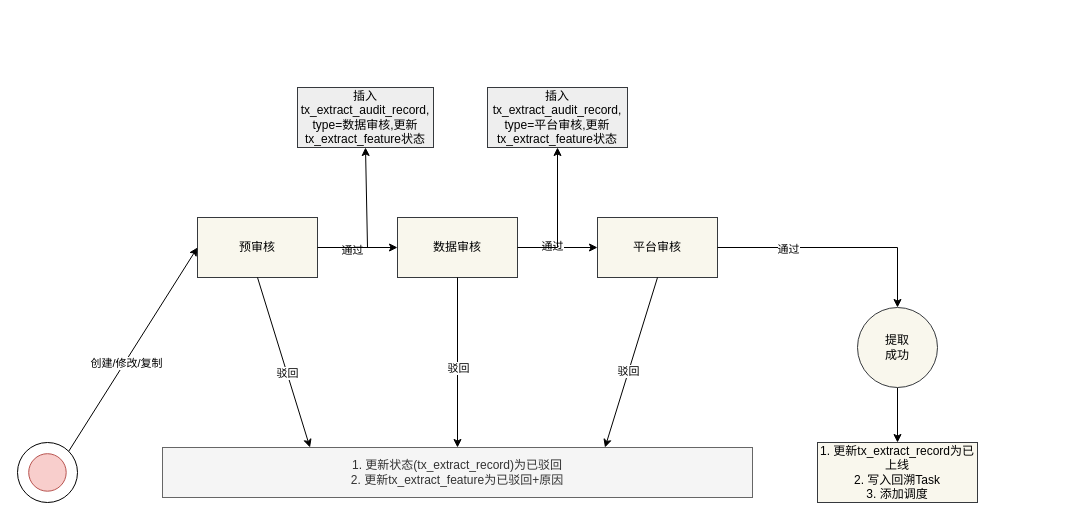
learn2Pro/draw_io_save keeps this draw.io diagram as audit_flow.drawio. Above is the earlier version. Source tidied: cells renumbered, new cells numbered last; positions are measured from the earlier drawing's top-left corner, leaving out a move shared by most shapes. Both pictures are drawn from the tidied source at 100%, with x=0, y=0 at pixel (17, 87).
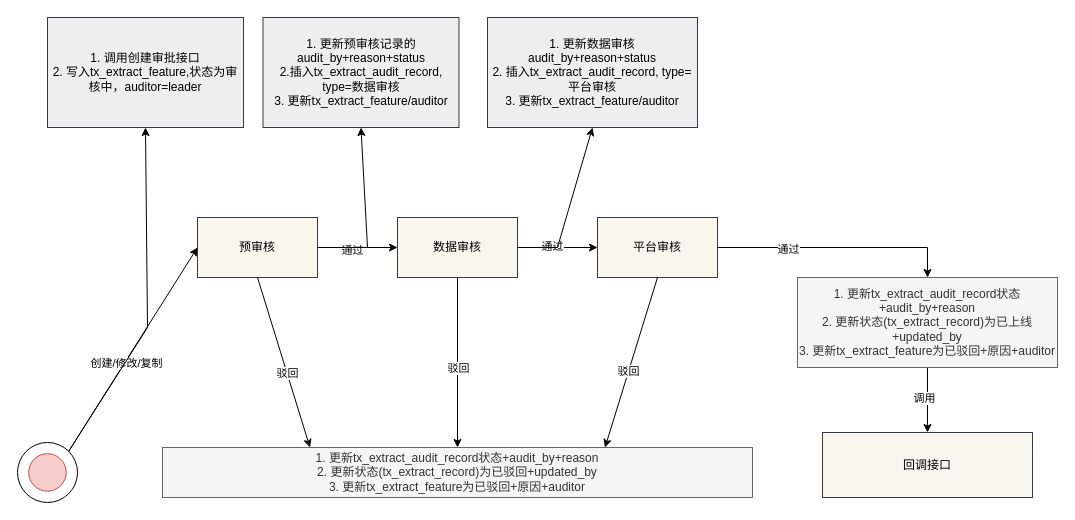
After the change.

Unchanged cells that the change refers to:
```xml
<mxCell id="3" style="ellipse;whiteSpace=wrap;html=1;" parent="2" vertex="1">
  <mxGeometry width="60" height="60" as="geometry" />
</mxCell>
<mxCell id="13" value="平台审核" style="rounded=0;whiteSpace=wrap;html=1;fillColor=#f9f7ed;strokeColor=#36393d;" parent="1" vertex="1">
  <mxGeometry x="580" y="130" width="120" height="60" as="geometry" />
</mxCell>
```

Diff of the diagram source:
```diff
@@
-    <mxCell id="14" style="edgeStyle=orthogonalEdgeStyle;rounded=0;jettySize=auto;html=1;" parent="1" edge="1" source="15" target="29">
-      <mxGeometry relative="1" as="geometry" />
-    </mxCell>
-    <mxCell id="15" value="提取&lt;br&gt;成功" style="ellipse;whiteSpace=wrap;html=1;fillColor=#f9f7ed;strokeColor=#36393d;" parent="1" vertex="1">
-      <mxGeometry x="840" y="220" width="80" height="80" as="geometry" />
-    </mxCell>
-    <mxCell id="16" style="edgeStyle=orthogonalEdgeStyle;rounded=0;jettySize=auto;html=1;entryX=0.5;entryY=0;entryDx=0;entryDy=0;exitX=1;exitY=0.5;exitDx=0;exitDy=0;" parent="1" edge="1" source="13" target="15">
+    <mxCell id="16" style="edgeStyle=orthogonalEdgeStyle;rounded=0;jettySize=auto;html=1;entryX=0.5;entryY=0;entryDx=0;entryDy=0;exitX=1;exitY=0.5;exitDx=0;exitDy=0;" parent="1" edge="1" source="13" target="34">
       <mxGeometry relative="1" as="geometry" />
     </mxCell>
@@
-    <mxCell id="20" value="1. 更新状态(tx_extract_record)为已驳回&lt;br&gt;2. 更新tx_extract_feature为已驳回+原因" style="rounded=0;whiteSpace=wrap;html=1;fillColor=#f5f5f5;fontColor=#333333;strokeColor=#666666;" parent="1" vertex="1">
+    <mxCell id="20" value="1. 更新tx_extract_audit_record状态+audit_by+reason&lt;br&gt;2. 更新状态(tx_extract_record)为已驳回+updated_by&lt;br&gt;3. 更新tx_extract_feature为已驳回+原因+auditor" style="rounded=0;whiteSpace=wrap;html=1;fillColor=#f5f5f5;fontColor=#333333;strokeColor=#666666;" parent="1" vertex="1">
       <mxGeometry x="145" y="360" width="590" height="50" as="geometry" />
     </mxCell>
@@
-    <mxCell id="25" value="插入tx_extract_audit_record, type=数据审核,更新tx_extract_feature状态" style="rounded=0;whiteSpace=wrap;html=1;fillColor=#eeeeee;strokeColor=#36393d;" parent="1" vertex="1">
-      <mxGeometry x="280" width="136" height="60" as="geometry" />
+    <mxCell id="25" value="1. 更新预审核记录的audit_by+reason+status&lt;br&gt;2.插入tx_extract_audit_record, type=数据审核&lt;br&gt;3. 更新tx_extract_feature/auditor" style="rounded=0;whiteSpace=wrap;html=1;fillColor=#eeeeee;strokeColor=#36393d;" parent="1" vertex="1">
+      <mxGeometry x="245.5" y="-70" width="196" height="110" as="geometry" />
     </mxCell>
@@
-    <mxCell id="27" value="插入tx_extract_audit_record, type=平台审核,更新tx_extract_feature状态" style="rounded=0;whiteSpace=wrap;html=1;fillColor=#eeeeee;strokeColor=#36393d;" parent="1" vertex="1">
-      <mxGeometry x="470" width="140" height="60" as="geometry" />
+    <mxCell id="27" value="1. 更新数据审核audit_by+reason+status&lt;br&gt;2. 插入tx_extract_audit_record, type=平台审核&lt;br&gt;3. 更新tx_extract_feature/auditor" style="rounded=0;whiteSpace=wrap;html=1;fillColor=#eeeeee;strokeColor=#36393d;" parent="1" vertex="1">
+      <mxGeometry x="470" y="-70" width="210" height="110" as="geometry" />
     </mxCell>
@@
+    <mxCell id="30" style="edgeStyle=orthogonalEdgeStyle;rounded=0;jettySize=auto;html=1;exitX=0.5;exitY=1;exitDx=0;exitDy=0;entryX=0.5;entryY=0;entryDx=0;entryDy=0;" parent="1" edge="1" source="34" target="29">
+      <mxGeometry relative="1" as="geometry" />
+    </mxCell>
+    <mxCell id="31" value="调用" style="edgeLabel;html=1;align=center;verticalAlign=middle;" parent="30" vertex="1">
+      <mxGeometry x="-0.12" y="-4" relative="1" as="geometry">
+        <mxPoint y="1" as="offset" />
+      </mxGeometry>
+    </mxCell>
-    <mxCell id="29" value="1. 更新tx_extract_record为已上线&lt;br&gt;2. 写入回溯Task&lt;br&gt;3. 添加调度" style="whiteSpace=wrap;html=1;fillColor=#f9f7ed;strokeColor=#36393d;" parent="1" vertex="1">
-      <mxGeometry x="800" y="355" width="160" height="60" as="geometry" />
+    <mxCell id="29" value="回调接口" style="whiteSpace=wrap;html=1;fillColor=#f9f7ed;strokeColor=#36393d;" parent="1" vertex="1">
+      <mxGeometry x="805" y="345" width="210" height="65" as="geometry" />
     </mxCell>
+    <mxCell id="32" style="endArrow=classic;html=1;rounded=0;exitX=1;exitY=0;exitDx=0;exitDy=0;entryX=0.5;entryY=1;entryDx=0;entryDy=0;" parent="1" edge="1" source="3" target="33">
+      <mxGeometry relative="1" as="geometry">
+        <Array as="points">
+          <mxPoint x="130" y="240" />
+        </Array>
+      </mxGeometry>
+    </mxCell>
+    <mxCell id="33" value="1. 调用创建审批接口&lt;br&gt;2. 写入tx_extract_feature,状态为审核中，auditor=leader" style="rounded=0;whiteSpace=wrap;html=1;fillColor=#eeeeee;strokeColor=#36393d;" parent="1" vertex="1">
+      <mxGeometry x="30" y="-70" width="196" height="110" as="geometry" />
+    </mxCell>
+    <mxCell id="34" value="&lt;span style=&quot;color: rgb(51, 51, 51);&quot;&gt;1. 更新tx_extract_audit_record状态+audit_by+reason&lt;/span&gt;&lt;br style=&quot;color: rgb(51, 51, 51);&quot;&gt;&lt;span style=&quot;color: rgb(51, 51, 51);&quot;&gt;2. 更新状态(tx_extract_record)为已上线+updated_by&lt;/span&gt;&lt;br style=&quot;color: rgb(51, 51, 51);&quot;&gt;&lt;span style=&quot;color: rgb(51, 51, 51);&quot;&gt;3. 更新tx_extract_feature为已驳回+原因+auditor&lt;/span&gt;" style="whiteSpace=wrap;html=1;fillColor=#f5f5f5;strokeColor=#666666;fontColor=#333333;" parent="1" vertex="1">
+      <mxGeometry x="780" y="190" width="260" height="90" as="geometry" />
+    </mxCell>
```
